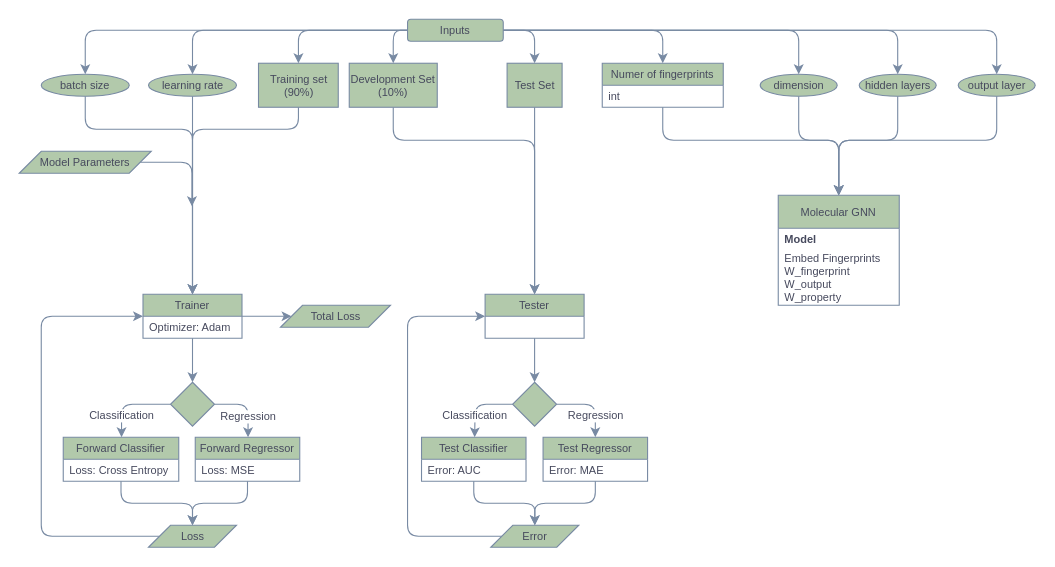
Earlier version of the draw.io diagram page "Molecular GNN" (2 of 2) of Preprocessing.drawio (olivierdeen/molecularGNN_smiles). Source tidied: cells renumbered, new cells numbered last; positions are measured from the earlier drawing's top-left corner, leaving out a move shared by most shapes. Both pictures are drawn from the tidied source at 110%, with x=0, y=0 at pixel (19, 19).
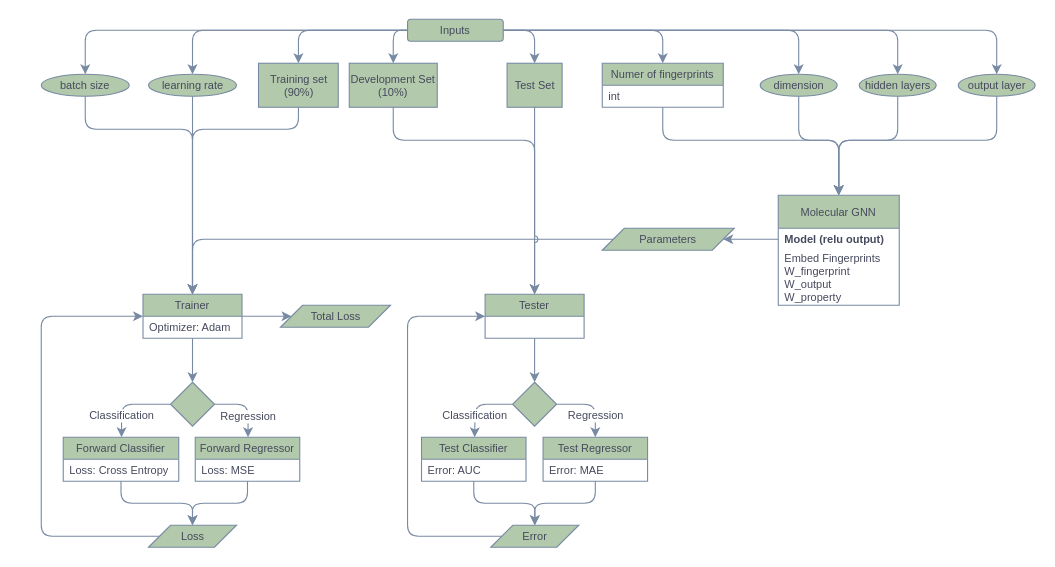
After the change.

Unchanged cells that the change refers to:
```xml
<mxCell id="22" value="Trainer" style="swimlane;fontStyle=0;horizontal=1;startSize=20;rounded=0;sketch=0;fontSize=10;fontColor=#46495D;strokeColor=#788AA3;fillColor=#B2C9AB;" parent="1" vertex="1">
  <mxGeometry x="112.5" y="250" width="90" height="40" as="geometry" />
</mxCell>
<mxCell id="33" value="learning rate" style="ellipse;whiteSpace=wrap;html=1;rounded=1;fontSize=10;fontColor=#46495D;strokeColor=#788AA3;fillColor=#B2C9AB;sketch=0;" parent="1" vertex="1">
  <mxGeometry x="117.5" y="50" width="80" height="20" as="geometry" />
</mxCell>
<mxCell id="47" value="Training set (90%)" style="whiteSpace=wrap;html=1;align=center;verticalAlign=middle;rounded=0;sketch=0;fontSize=10;fontColor=#46495D;strokeColor=#788AA3;fillColor=#B2C9AB;" parent="1" vertex="1">
  <mxGeometry x="217.5" y="40" width="72.5" height="40" as="geometry" />
</mxCell>
<mxCell id="51" value="Test Set" style="whiteSpace=wrap;html=1;align=center;verticalAlign=middle;newEdgeStyle={&quot;edgeStyle&quot;:&quot;elbowEdgeStyle&quot;,&quot;startArrow&quot;:&quot;none&quot;,&quot;endArrow&quot;:&quot;none&quot;};rounded=0;sketch=0;fontSize=10;fontColor=#46495D;strokeColor=#788AA3;fillColor=#B2C9AB;" parent="1" vertex="1">
  <mxGeometry x="443.5" y="40" width="50" height="40" as="geometry" />
</mxCell>
<mxCell id="59" value="Tester" style="swimlane;fontStyle=0;horizontal=1;startSize=20;rounded=0;sketch=0;fontSize=10;fontColor=#46495D;strokeColor=#788AA3;fillColor=#B2C9AB;" parent="1" vertex="1">
  <mxGeometry x="423.5" y="250" width="90" height="40" as="geometry" />
</mxCell>
<mxCell id="62" value="Molecular GNN" style="swimlane;fontStyle=0;horizontal=1;startSize=30;rounded=0;sketch=0;fontSize=10;fontColor=#46495D;strokeColor=#788AA3;fillColor=#B2C9AB;" parent="1" vertex="1">
  <mxGeometry x="690" y="160" width="110" height="100" as="geometry" />
</mxCell>
```

Change to the diagram source:
```diff
@@
-    <mxCell id="30" style="edgeStyle=orthogonalEdgeStyle;curved=0;rounded=1;sketch=0;jettySize=auto;html=1;fontSize=10;fontColor=#46495D;strokeColor=#788AA3;fillColor=#B2C9AB;" parent="1" edge="1" source="31">
+    <mxCell id="30" style="edgeStyle=orthogonalEdgeStyle;curved=0;rounded=1;sketch=0;jettySize=auto;html=1;fontSize=10;fontColor=#46495D;strokeColor=#788AA3;fillColor=#B2C9AB;entryX=0.5;entryY=0;entryDx=0;entryDy=0;jumpStyle=arc;" parent="1" edge="1" source="31" target="22">
       <mxGeometry relative="1" as="geometry">
-        <mxPoint x="157" y="170" as="targetPoint" />
         <Array as="points">
-          <mxPoint x="157" y="130" />
+          <mxPoint x="158" y="200" />
         </Array>
       </mxGeometry>
     </mxCell>
-    <mxCell id="31" value="Model Parameters" style="shape=parallelogram;perimeter=parallelogramPerimeter;whiteSpace=wrap;html=1;fixedSize=1;rounded=0;sketch=0;fontSize=10;fontColor=#46495D;strokeColor=#788AA3;fillColor=#B2C9AB;" parent="1" vertex="1">
-      <mxGeometry y="120" width="120" height="20" as="geometry" />
+    <mxCell id="31" value="Parameters" style="shape=parallelogram;perimeter=parallelogramPerimeter;whiteSpace=wrap;html=1;fixedSize=1;rounded=0;sketch=0;fontSize=10;fontColor=#46495D;strokeColor=#788AA3;fillColor=#B2C9AB;" parent="1" vertex="1">
+      <mxGeometry x="530" y="190" width="120" height="20" as="geometry" />
     </mxCell>
-    <mxCell id="32" style="edgeStyle=orthogonalEdgeStyle;curved=0;rounded=1;sketch=0;jettySize=auto;html=1;entryX=0.5;entryY=0;entryDx=0;entryDy=0;fontSize=10;fontColor=#46495D;strokeColor=#788AA3;fillColor=#B2C9AB;" parent="1" edge="1" source="33" target="22">
+    <mxCell id="32" style="edgeStyle=orthogonalEdgeStyle;curved=0;rounded=1;sketch=0;jettySize=auto;html=1;entryX=0.5;entryY=0;entryDx=0;entryDy=0;fontSize=10;fontColor=#46495D;strokeColor=#788AA3;fillColor=#B2C9AB;jumpStyle=arc;" parent="1" edge="1" source="33" target="22">
       <mxGeometry relative="1" as="geometry" />
     </mxCell>
@@
-    <mxCell id="46" style="edgeStyle=orthogonalEdgeStyle;curved=0;rounded=1;sketch=0;jettySize=auto;html=1;entryX=0.5;entryY=0;entryDx=0;entryDy=0;fontSize=10;fontColor=#46495D;strokeColor=#788AA3;fillColor=#B2C9AB;" parent="1" edge="1" source="47" target="22">
+    <mxCell id="46" style="edgeStyle=orthogonalEdgeStyle;curved=0;rounded=1;sketch=0;jettySize=auto;html=1;entryX=0.5;entryY=0;entryDx=0;entryDy=0;fontSize=10;fontColor=#46495D;strokeColor=#788AA3;fillColor=#B2C9AB;jumpStyle=arc;" parent="1" edge="1" source="47" target="22">
       <mxGeometry relative="1" as="geometry">
         <Array as="points">
           <mxPoint x="254" y="100" />
           <mxPoint x="158" y="100" />
         </Array>
       </mxGeometry>
     </mxCell>
@@
-    <mxCell id="50" style="edgeStyle=orthogonalEdgeStyle;curved=0;rounded=1;sketch=0;jettySize=auto;html=1;entryX=0.5;entryY=0;entryDx=0;entryDy=0;fontSize=10;fontColor=#46495D;strokeColor=#788AA3;fillColor=#B2C9AB;" parent="1" edge="1" source="51" target="59">
+    <mxCell id="50" style="edgeStyle=orthogonalEdgeStyle;curved=0;rounded=1;sketch=0;jettySize=auto;html=1;entryX=0.5;entryY=0;entryDx=0;entryDy=0;fontSize=10;fontColor=#46495D;strokeColor=#788AA3;fillColor=#B2C9AB;jumpStyle=arc;" parent="1" edge="1" source="51" target="59">
       <mxGeometry relative="1" as="geometry" />
     </mxCell>
@@
-    <mxCell id="63" value="Model" style="text;strokeColor=none;fillColor=none;align=left;verticalAlign=middle;spacingLeft=4;spacingRight=4;overflow=hidden;points=[[0,0.5],[1,0.5]];portConstraint=eastwest;rounded=0;sketch=0;fontSize=10;fontColor=#46495D;fontStyle=1;" parent="62" vertex="1">
+    <mxCell id="63" value="Model (relu output)" style="text;strokeColor=none;fillColor=none;align=left;verticalAlign=middle;spacingLeft=4;spacingRight=4;overflow=hidden;points=[[0,0.5],[1,0.5]];portConstraint=eastwest;rounded=0;sketch=0;fontSize=10;fontColor=#46495D;fontStyle=1;" parent="62" vertex="1">
       <mxGeometry y="30" width="110" height="20" as="geometry" />
     </mxCell>
@@
+    <mxCell id="65" style="edgeStyle=orthogonalEdgeStyle;curved=0;rounded=1;sketch=0;jettySize=auto;html=1;entryX=1;entryY=0.5;entryDx=0;entryDy=0;fontSize=10;fontColor=#46495D;strokeColor=#788AA3;fillColor=#B2C9AB;" parent="1" edge="1" source="63" target="31">
+      <mxGeometry relative="1" as="geometry" />
+    </mxCell>
```
